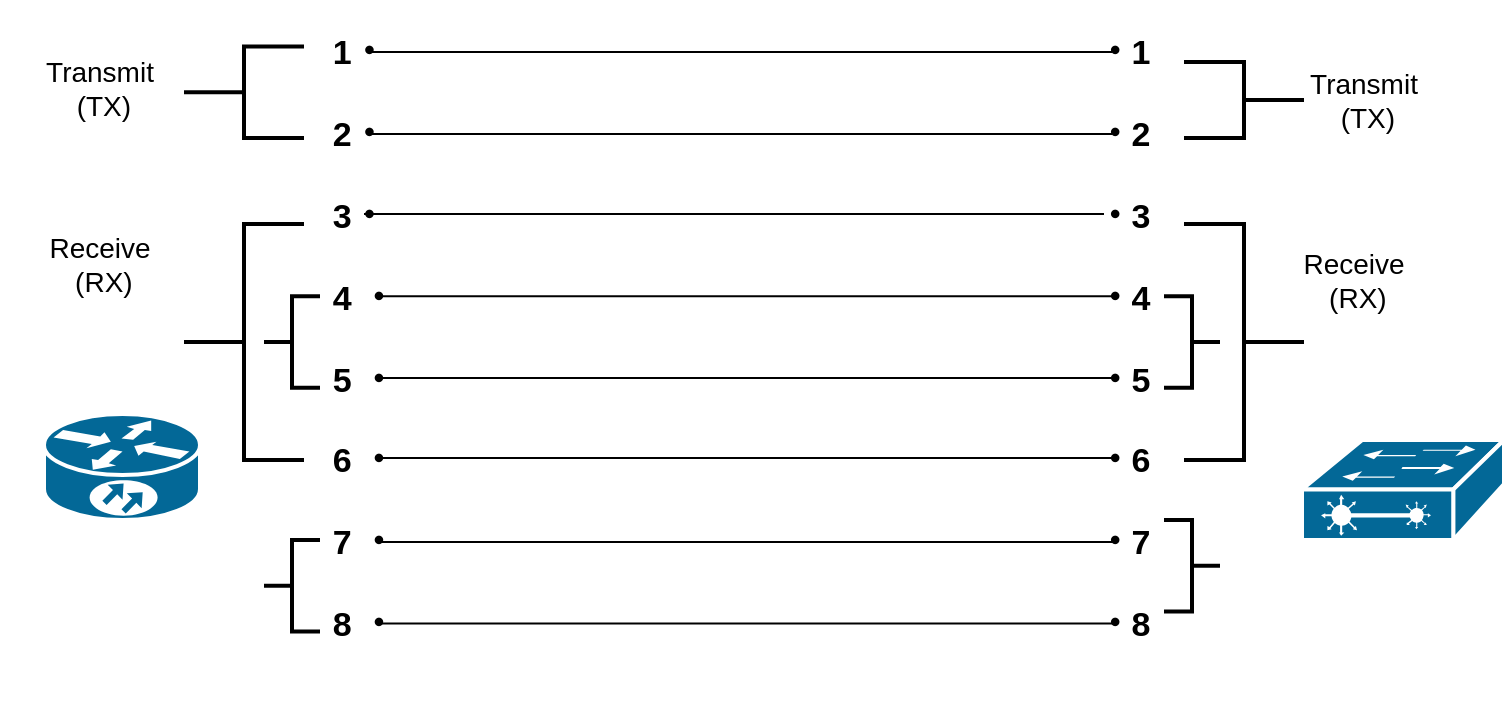
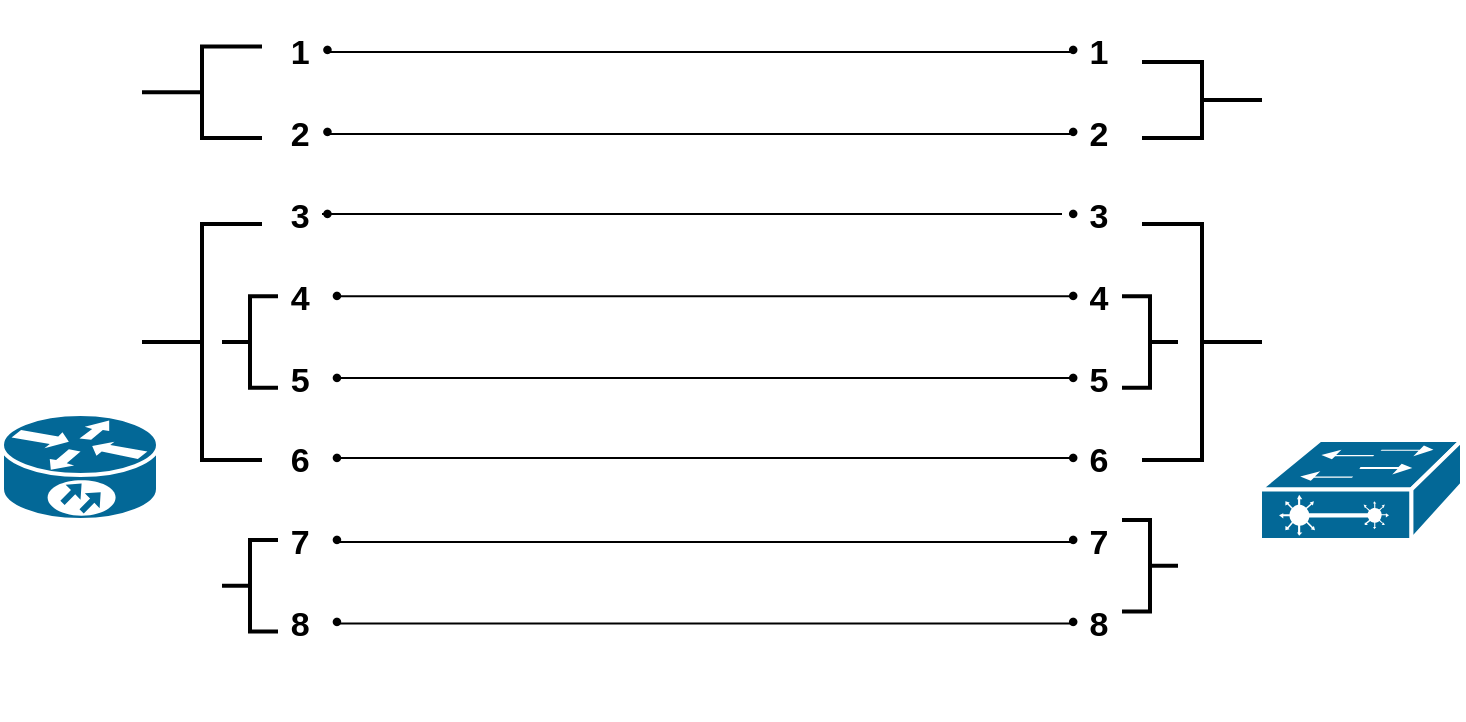
<mxfile host="app.diagrams.net">
  <diagram name="Page-1" id="i0ITgJ9p3X1GBUkITVi4">
    <mxGraphModel dx="1030" dy="553" grid="1" gridSize="10" guides="1" tooltips="1" connect="1" arrows="1" fold="1" page="1" pageScale="1" pageWidth="850" pageHeight="1100" math="0" shadow="0">
      <root>
        <mxCell id="0" />
        <mxCell id="1" parent="0" />
        <mxCell id="z0fqkPYA5qzKYMgXjRuS-20" parent="1" style="strokeColor=#ffffff;sketch=0;html=1;pointerEvents=1;dashed=0;fillColor=#036897;strokeWidth=2;verticalLabelPosition=bottom;verticalAlign=top;align=center;outlineConnect=0;shape=mxgraph.cisco.routers.10700;" value="" vertex="1">
          <mxGeometry height="53" width="78" x="30" y="337" as="geometry" />
        </mxCell>
        <mxCell id="z0fqkPYA5qzKYMgXjRuS-23" parent="1" style="text;html=1;whiteSpace=wrap;strokeColor=none;fillColor=none;align=center;verticalAlign=middle;rounded=0;fontStyle=1;fontSize=17;" value="&lt;div align=&quot;left&quot;&gt;1・&lt;/div&gt;&lt;div align=&quot;left&quot;&gt;&lt;br&gt;2・&lt;/div&gt;&lt;div align=&quot;left&quot;&gt;&lt;br&gt;3・&lt;/div&gt;&lt;div align=&quot;left&quot;&gt;&lt;br&gt;4 ・&lt;/div&gt;&lt;div align=&quot;left&quot;&gt;&lt;br&gt;5 ・&lt;/div&gt;&lt;div align=&quot;left&quot;&gt;&lt;br&gt;6 ・&lt;/div&gt;&lt;div align=&quot;left&quot;&gt;&lt;br&gt;7 ・&lt;/div&gt;&lt;div align=&quot;left&quot;&gt;&lt;br&gt;8 ・&lt;/div&gt;&lt;div&gt;&lt;br&gt;&lt;/div&gt;" vertex="1">
          <mxGeometry height="360" width="60" x="160" y="130" as="geometry" />
        </mxCell>
        <mxCell id="z0fqkPYA5qzKYMgXjRuS-24" parent="1" style="text;html=1;whiteSpace=wrap;strokeColor=none;fillColor=none;align=center;verticalAlign=middle;rounded=0;fontStyle=1;fontSize=17;" value="&lt;div align=&quot;left&quot;&gt;・1&lt;/div&gt;&lt;div align=&quot;left&quot;&gt;&lt;br&gt;・2&lt;/div&gt;&lt;div align=&quot;left&quot;&gt;&lt;br&gt;・3&lt;/div&gt;&lt;div align=&quot;left&quot;&gt;&lt;br&gt;・4&lt;/div&gt;&lt;div align=&quot;left&quot;&gt;&lt;br&gt;・5&lt;/div&gt;&lt;div align=&quot;left&quot;&gt;&lt;br&gt;・6&lt;/div&gt;&lt;div align=&quot;left&quot;&gt;&lt;br&gt;・7&lt;/div&gt;&lt;div align=&quot;left&quot;&gt;&lt;br&gt;・8&lt;/div&gt;&lt;div&gt;&lt;br&gt;&lt;/div&gt;" vertex="1">
          <mxGeometry height="360" width="60" x="540" y="130" as="geometry" />
-         </mxCell>
-         <mxCell id="z0fqkPYA5qzKYMgXjRuS-36" parent="1" style="text;html=1;whiteSpace=wrap;strokeColor=none;fillColor=none;align=center;verticalAlign=middle;rounded=0;fontSize=14;" value="&lt;div&gt;Receive&lt;/div&gt;&lt;div&gt;&amp;nbsp;(RX)&lt;/div&gt;" vertex="1">
-           <mxGeometry height="39" width="150" x="610" y="250" as="geometry" />
-         </mxCell>
-         <mxCell id="z0fqkPYA5qzKYMgXjRuS-37" parent="1" style="text;html=1;whiteSpace=wrap;strokeColor=none;fillColor=none;align=center;verticalAlign=middle;rounded=0;fontSize=14;" value="&lt;div&gt;Transmit&lt;/div&gt;&lt;div&gt;&amp;nbsp;(TX)&lt;/div&gt;" vertex="1">
-           <mxGeometry height="39" width="100" x="8" y="154.25" as="geometry" />
-         </mxCell>
-         <mxCell id="z0fqkPYA5qzKYMgXjRuS-38" parent="1" style="text;html=1;whiteSpace=wrap;strokeColor=none;fillColor=none;align=center;verticalAlign=middle;rounded=0;fontSize=14;" value="&lt;div&gt;Transmit&lt;/div&gt;&lt;div&gt;&amp;nbsp;(TX)&lt;/div&gt;" vertex="1">
-           <mxGeometry height="39" width="100" x="640" y="160" as="geometry" />
-         </mxCell>
-         <mxCell id="z0fqkPYA5qzKYMgXjRuS-39" parent="1" style="text;html=1;whiteSpace=wrap;strokeColor=none;fillColor=none;align=center;verticalAlign=middle;rounded=0;fontSize=14;" value="&lt;div&gt;Receive&lt;/div&gt;&lt;div&gt;&amp;nbsp;(RX)&lt;/div&gt;" vertex="1">
-           <mxGeometry height="39" width="100" x="8" y="242" as="geometry" />
        </mxCell>
        <mxCell id="z0fqkPYA5qzKYMgXjRuS-58" parent="1" style="strokeWidth=2;html=1;shape=mxgraph.flowchart.annotation_2;align=left;labelPosition=right;pointerEvents=1;" value="" vertex="1">
          <mxGeometry height="118" width="60" x="100" y="242" as="geometry" />
        </mxCell>
        <mxCell id="z0fqkPYA5qzKYMgXjRuS-59" parent="1" style="strokeWidth=2;html=1;shape=mxgraph.flowchart.annotation_2;align=left;labelPosition=right;pointerEvents=1;rotation=-180;" value="" vertex="1">
          <mxGeometry height="118" width="60" x="600" y="242" as="geometry" />
        </mxCell>
        <mxCell id="z0fqkPYA5qzKYMgXjRuS-60" parent="1" style="strokeWidth=2;html=1;shape=mxgraph.flowchart.annotation_2;align=left;labelPosition=right;pointerEvents=1;" value="" vertex="1">
          <mxGeometry height="45.75" width="60" x="100" y="153.25" as="geometry" />
        </mxCell>
        <mxCell id="z0fqkPYA5qzKYMgXjRuS-61" parent="1" style="strokeWidth=2;html=1;shape=mxgraph.flowchart.annotation_2;align=left;labelPosition=right;pointerEvents=1;rotation=-180;" value="" vertex="1">
          <mxGeometry height="38" width="60" x="600" y="161" as="geometry" />
        </mxCell>
        <mxCell id="P_2BiDoMpN762WaY7iJ6-1" parent="1" style="strokeWidth=2;html=1;shape=mxgraph.flowchart.annotation_2;align=left;labelPosition=right;pointerEvents=1;" value="" vertex="1">
          <mxGeometry height="45.75" width="28" x="140" y="278.13" as="geometry" />
        </mxCell>
        <mxCell id="P_2BiDoMpN762WaY7iJ6-2" parent="1" style="strokeWidth=2;html=1;shape=mxgraph.flowchart.annotation_2;align=left;labelPosition=right;pointerEvents=1;" value="" vertex="1">
          <mxGeometry height="45.75" width="28" x="140" y="400" as="geometry" />
        </mxCell>
        <mxCell id="P_2BiDoMpN762WaY7iJ6-3" parent="1" style="strokeWidth=2;html=1;shape=mxgraph.flowchart.annotation_2;align=left;labelPosition=right;pointerEvents=1;rotation=-180;" value="" vertex="1">
          <mxGeometry height="45.75" width="28" x="590" y="390" as="geometry" />
        </mxCell>
        <mxCell id="P_2BiDoMpN762WaY7iJ6-4" parent="1" style="strokeWidth=2;html=1;shape=mxgraph.flowchart.annotation_2;align=left;labelPosition=right;pointerEvents=1;rotation=-180;" value="" vertex="1">
          <mxGeometry height="45.75" width="28" x="590" y="278.13" as="geometry" />
        </mxCell>
        <mxCell id="P_2BiDoMpN762WaY7iJ6-6" parent="1" style="strokeColor=#ffffff;sketch=0;html=1;pointerEvents=1;dashed=0;fillColor=#036897;strokeWidth=2;verticalLabelPosition=bottom;verticalAlign=top;align=center;outlineConnect=0;shape=mxgraph.cisco.switches.layer_2_remote_switch;" value="" vertex="1">
          <mxGeometry height="50" width="101" x="659" y="350" as="geometry" />
        </mxCell>
        <mxCell id="P_2BiDoMpN762WaY7iJ6-7" edge="1" parent="1" style="endArrow=none;html=1;rounded=0;" value="">
          <mxGeometry height="50" relative="1" width="50" as="geometry">
            <mxPoint x="564" y="156" as="sourcePoint" />
            <mxPoint x="194" y="156" as="targetPoint" />
          </mxGeometry>
        </mxCell>
        <mxCell id="P_2BiDoMpN762WaY7iJ6-8" edge="1" parent="1" style="endArrow=none;html=1;rounded=0;" value="">
          <mxGeometry height="50" relative="1" width="50" as="geometry">
            <mxPoint x="564" y="197" as="sourcePoint" />
            <mxPoint x="194" y="197" as="targetPoint" />
          </mxGeometry>
        </mxCell>
        <mxCell id="P_2BiDoMpN762WaY7iJ6-9" edge="1" parent="1" style="endArrow=none;html=1;rounded=0;" value="">
          <mxGeometry height="50" relative="1" width="50" as="geometry">
            <mxPoint x="560" y="237" as="sourcePoint" />
            <mxPoint x="190" y="237" as="targetPoint" />
          </mxGeometry>
        </mxCell>
        <mxCell id="P_2BiDoMpN762WaY7iJ6-10" edge="1" parent="1" style="endArrow=none;html=1;rounded=0;" value="">
          <mxGeometry height="50" relative="1" width="50" as="geometry">
            <mxPoint x="566" y="278.13" as="sourcePoint" />
            <mxPoint x="196" y="278.13" as="targetPoint" />
          </mxGeometry>
        </mxCell>
        <mxCell id="P_2BiDoMpN762WaY7iJ6-11" edge="1" parent="1" style="endArrow=none;html=1;rounded=0;" value="">
          <mxGeometry height="50" relative="1" width="50" as="geometry">
            <mxPoint x="567" y="319" as="sourcePoint" />
            <mxPoint x="197" y="319" as="targetPoint" />
          </mxGeometry>
        </mxCell>
        <mxCell id="P_2BiDoMpN762WaY7iJ6-12" edge="1" parent="1" style="endArrow=none;html=1;rounded=0;" value="">
          <mxGeometry height="50" relative="1" width="50" as="geometry">
            <mxPoint x="567" y="359" as="sourcePoint" />
            <mxPoint x="197" y="359" as="targetPoint" />
          </mxGeometry>
        </mxCell>
        <mxCell id="P_2BiDoMpN762WaY7iJ6-13" edge="1" parent="1" style="endArrow=none;html=1;rounded=0;" value="">
          <mxGeometry height="50" relative="1" width="50" as="geometry">
            <mxPoint x="566" y="401" as="sourcePoint" />
            <mxPoint x="196" y="401" as="targetPoint" />
          </mxGeometry>
        </mxCell>
        <mxCell id="P_2BiDoMpN762WaY7iJ6-14" edge="1" parent="1" style="endArrow=none;html=1;rounded=0;" value="">
          <mxGeometry height="50" relative="1" width="50" as="geometry">
            <mxPoint x="567" y="441.75" as="sourcePoint" />
            <mxPoint x="197" y="441.75" as="targetPoint" />
          </mxGeometry>
        </mxCell>
      </root>
    </mxGraphModel>
  </diagram>
</mxfile>
